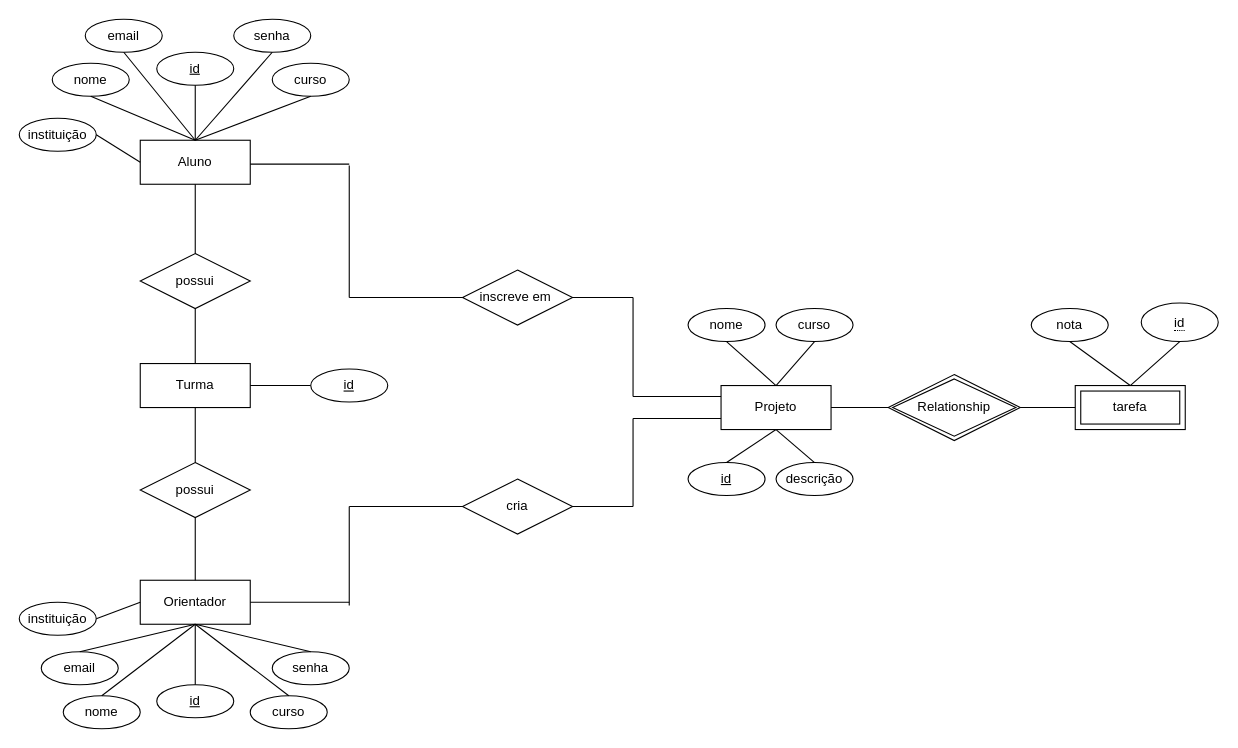
Above: page "DER" (5 of 5) of Sprint2/Sprint2.drawio in BabiDoo/TI2-GRUPO25 (draw.io), before the change. Source tidied: cells renumbered, new cells numbered last; positions are measured from the earlier drawing's top-left corner, leaving out a move shared by most shapes. Both pictures are drawn from the tidied source at 110%, with x=0, y=0 at pixel (19, 19).
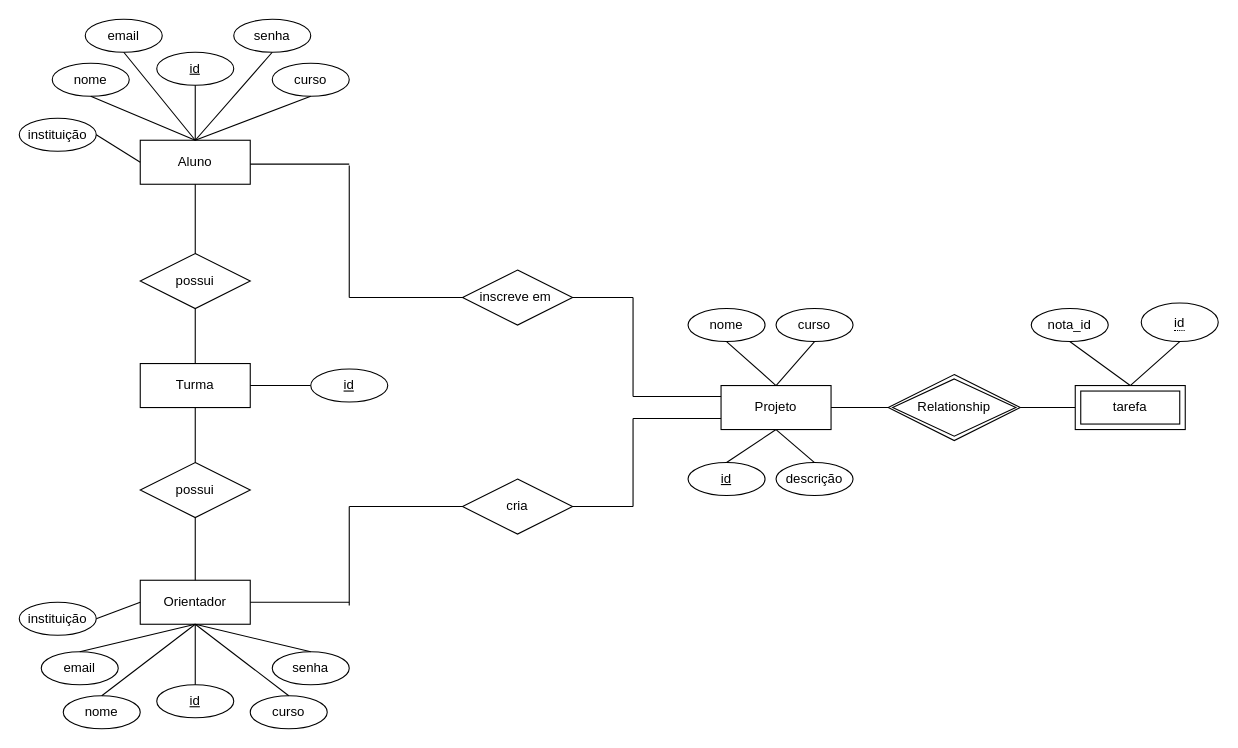
Above is the later version.

Commit message:
add nota_id @tarefa Sprint2.drawio

Change to the diagram source:
```diff
@@
-    <mxCell id="63" value="nota" style="ellipse;whiteSpace=wrap;html=1;align=center;" parent="1" vertex="1">
+    <mxCell id="63" value="nota_id" style="ellipse;whiteSpace=wrap;html=1;align=center;" parent="1" vertex="1">
       <mxGeometry x="920" y="263" width="70" height="30" as="geometry" />
     </mxCell>
```
